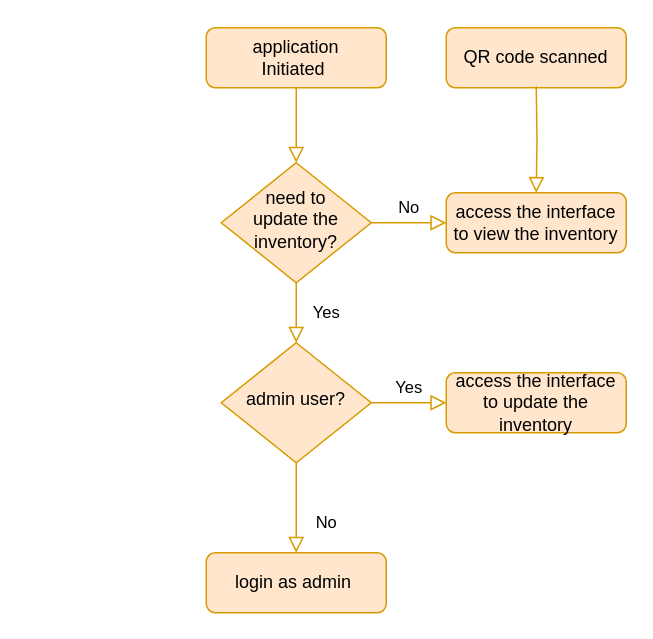
Above: OrangeTeam - InventoryAppFlowChart.drawio in gituser514/SDRepository (draw.io), before the change. Source tidied: cells renumbered, new cells numbered last; positions are measured from the earlier drawing's top-left corner, leaving out a move shared by most shapes. Both pictures are drawn from the tidied source at 150%, with x=0, y=0 at pixel (206, 27).
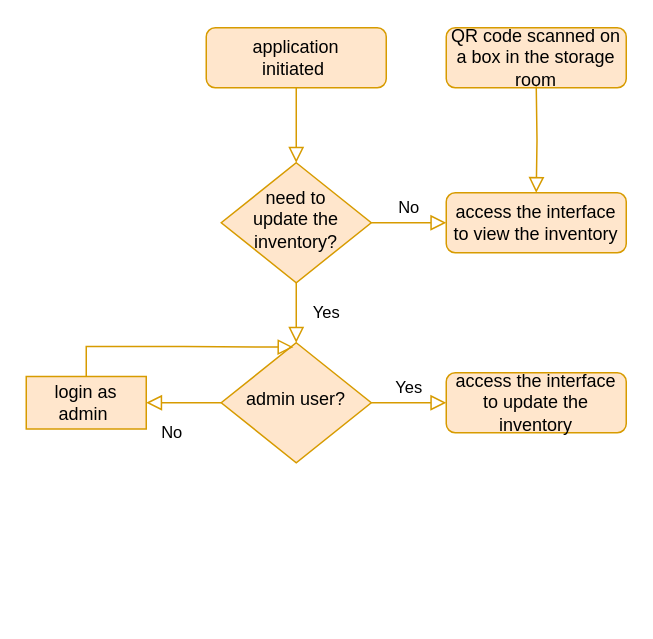
The same diagram, later.

What changed in the source:
```diff
@@
 <mxGraphModel>
   <root>
     <mxCell id="0" />
     <mxCell id="1" parent="0" />
     <mxCell id="2" style="rounded=0;html=1;jettySize=auto;fontSize=11;endArrow=block;endFill=0;endSize=8;strokeWidth=1;shadow=0;labelBackgroundColor=none;edgeStyle=orthogonalEdgeStyle;fillColor=#ffe6cc;strokeColor=#d79b00;" parent="1" edge="1" source="3" target="6">
       <mxGeometry relative="1" as="geometry" />
     </mxCell>
-    <mxCell id="3" value="application &lt;br&gt;Initiated&amp;nbsp;" style="rounded=1;whiteSpace=wrap;html=1;fontSize=12;glass=0;strokeWidth=1;shadow=0;fillColor=#ffe6cc;strokeColor=#d79b00;" parent="1" vertex="1">
+    <mxCell id="3" value="application &lt;br&gt;initiated&amp;nbsp;" style="rounded=1;whiteSpace=wrap;html=1;fontSize=12;glass=0;strokeWidth=1;shadow=0;fillColor=#ffe6cc;strokeColor=#d79b00;" parent="1" vertex="1">
       <mxGeometry width="120" height="40" as="geometry" />
     </mxCell>
     <mxCell id="4" value="Yes" style="rounded=0;html=1;jettySize=auto;fontSize=11;endArrow=block;endFill=0;endSize=8;strokeWidth=1;shadow=0;labelBackgroundColor=none;edgeStyle=orthogonalEdgeStyle;fillColor=#ffe6cc;strokeColor=#d79b00;" parent="1" edge="1" source="6" target="10">
       <mxGeometry y="20" relative="1" as="geometry" />
     </mxCell>
     <mxCell id="5" value="No" style="edgeStyle=orthogonalEdgeStyle;rounded=0;html=1;jettySize=auto;fontSize=11;endArrow=block;endFill=0;endSize=8;strokeWidth=1;shadow=0;labelBackgroundColor=none;fillColor=#ffe6cc;strokeColor=#d79b00;" parent="1" edge="1" source="6" target="7">
       <mxGeometry y="10" relative="1" as="geometry" />
     </mxCell>
     <mxCell id="6" value="need to &lt;br&gt;update the inventory?" style="rhombus;whiteSpace=wrap;html=1;shadow=0;fontFamily=Helvetica;fontSize=12;align=center;strokeWidth=1;spacing=6;spacingTop=-4;fillColor=#ffe6cc;strokeColor=#d79b00;" parent="1" vertex="1">
       <mxGeometry x="10" y="90" width="100" height="80" as="geometry" />
     </mxCell>
     <mxCell id="7" value="access the interface to view the inventory" style="rounded=1;whiteSpace=wrap;html=1;fontSize=12;glass=0;strokeWidth=1;shadow=0;fillColor=#ffe6cc;strokeColor=#d79b00;" parent="1" vertex="1">
       <mxGeometry x="160" y="110" width="120" height="40" as="geometry" />
     </mxCell>
     <mxCell id="8" value="No" style="rounded=0;html=1;jettySize=auto;fontSize=11;endArrow=block;endFill=0;endSize=8;strokeWidth=1;shadow=0;labelBackgroundColor=none;edgeStyle=orthogonalEdgeStyle;fillColor=#ffe6cc;strokeColor=#d79b00;" parent="1" edge="1" source="10" target="11">
       <mxGeometry x="0.33" y="20" relative="1" as="geometry" />
     </mxCell>
     <mxCell id="9" value="Yes" style="edgeStyle=orthogonalEdgeStyle;rounded=0;html=1;jettySize=auto;fontSize=11;endArrow=block;endFill=0;endSize=8;strokeWidth=1;shadow=0;labelBackgroundColor=none;fillColor=#ffe6cc;strokeColor=#d79b00;" parent="1" edge="1" source="10" target="12">
       <mxGeometry y="10" relative="1" as="geometry" />
     </mxCell>
     <mxCell id="10" value="admin user?" style="rhombus;whiteSpace=wrap;html=1;shadow=0;fontFamily=Helvetica;fontSize=12;align=center;strokeWidth=1;spacing=6;spacingTop=-4;fillColor=#ffe6cc;strokeColor=#d79b00;" parent="1" vertex="1">
       <mxGeometry x="10" y="210" width="100" height="80" as="geometry" />
     </mxCell>
-    <mxCell id="11" value="login as admin&amp;nbsp;" style="rounded=1;whiteSpace=wrap;html=1;fontSize=12;glass=0;strokeWidth=1;shadow=0;fillColor=#ffe6cc;strokeColor=#d79b00;" parent="1" vertex="1">
-      <mxGeometry y="350" width="120" height="40" as="geometry" />
+    <mxCell id="11" value="login as admin&amp;nbsp;" style="rounded=0;whiteSpace=wrap;html=1;fontSize=12;glass=0;strokeWidth=1;shadow=0;fillColor=#ffe6cc;strokeColor=#d79b00;" parent="1" vertex="1">
+      <mxGeometry x="-120" y="232.5" width="80" height="35" as="geometry" />
     </mxCell>
     <mxCell id="12" value="access the interface to update the inventory" style="rounded=1;whiteSpace=wrap;html=1;fontSize=12;glass=0;strokeWidth=1;shadow=0;fillColor=#ffe6cc;strokeColor=#d79b00;" parent="1" vertex="1">
       <mxGeometry x="160" y="230" width="120" height="40" as="geometry" />
     </mxCell>
-    <mxCell id="13" value="QR code scanned" style="rounded=1;whiteSpace=wrap;html=1;fontSize=12;glass=0;strokeWidth=1;shadow=0;fillColor=#ffe6cc;strokeColor=#d79b00;" parent="1" vertex="1">
+    <mxCell id="13" value="QR code scanned on a box in the storage room" style="rounded=1;whiteSpace=wrap;html=1;fontSize=12;glass=0;strokeWidth=1;shadow=0;fillColor=#ffe6cc;strokeColor=#d79b00;" parent="1" vertex="1">
       <mxGeometry x="160" width="120" height="40" as="geometry" />
     </mxCell>
     <mxCell id="14" style="rounded=0;html=1;jettySize=auto;fontSize=11;endArrow=block;endFill=0;endSize=8;strokeWidth=1;shadow=0;labelBackgroundColor=none;edgeStyle=orthogonalEdgeStyle;fillColor=#ffe6cc;strokeColor=#d79b00;entryX=0.5;entryY=0;entryDx=0;entryDy=0;" parent="1" edge="1" target="7">
       <mxGeometry relative="1" as="geometry">
         <mxPoint x="220" y="39" as="sourcePoint" />
       </mxGeometry>
     </mxCell>
+    <mxCell id="15" style="rounded=0;html=1;jettySize=auto;fontSize=11;endArrow=block;endFill=0;endSize=8;strokeWidth=1;shadow=0;labelBackgroundColor=none;edgeStyle=orthogonalEdgeStyle;fillColor=#ffe6cc;strokeColor=#d79b00;entryX=0.481;entryY=0.037;entryDx=0;entryDy=0;exitX=0.5;exitY=0;exitDx=0;exitDy=0;entryPerimeter=0;" parent="1" edge="1" source="11" target="10">
+      <mxGeometry relative="1" as="geometry" />
+    </mxCell>
   </root>
 </mxGraphModel>
```
